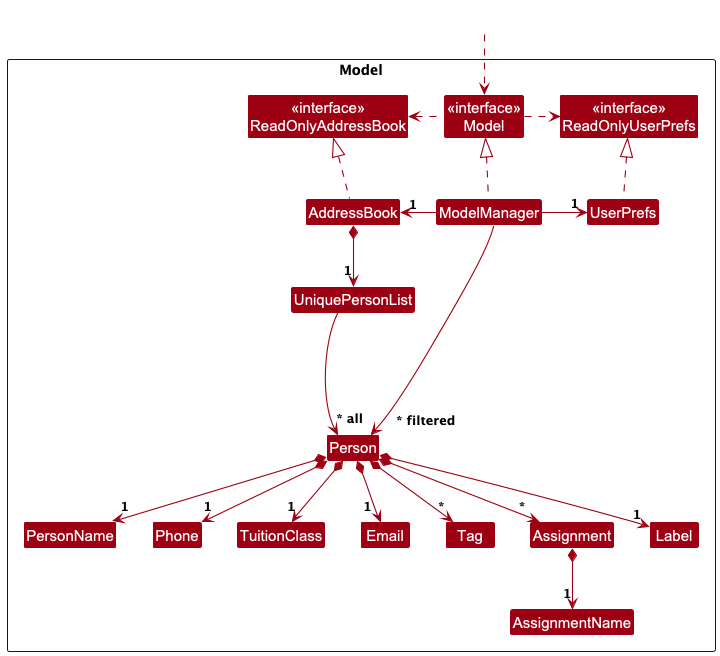
Before: docs/images/ModelClassDiagram.png, a diagram exported from PlantUML (AY2526S1-CS2103T-W14-1/tp).
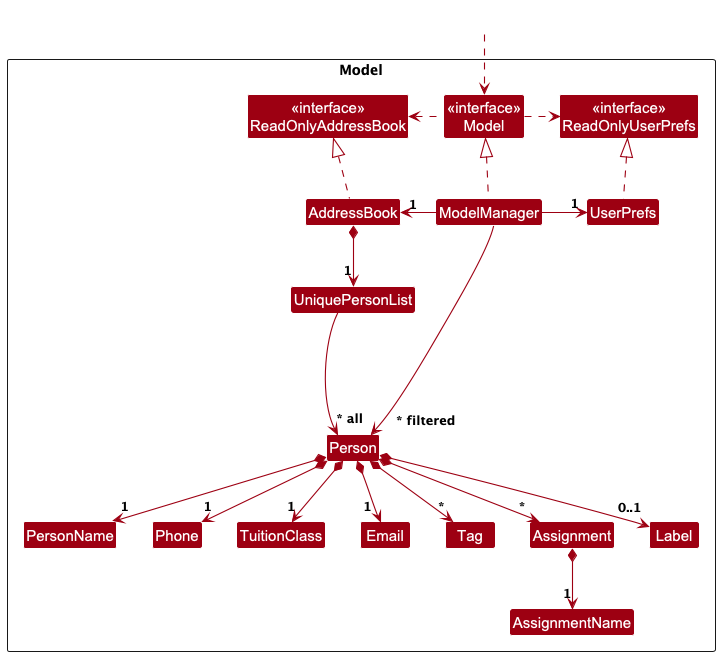
After the change.

Diff of the diagram source:
```diff
@@ -54,7 +54,7 @@
 Person *--> "1" TuitionClass
 Person *--> "*" Tag
 Person *--> "*" Assignment
-Person *--> "1" Label
+Person *--> "   0..1" Label
 Assignment *--> "1" AssignmentName
 
 ModelManager -[hidden]-> "~* filtered" Person
```
